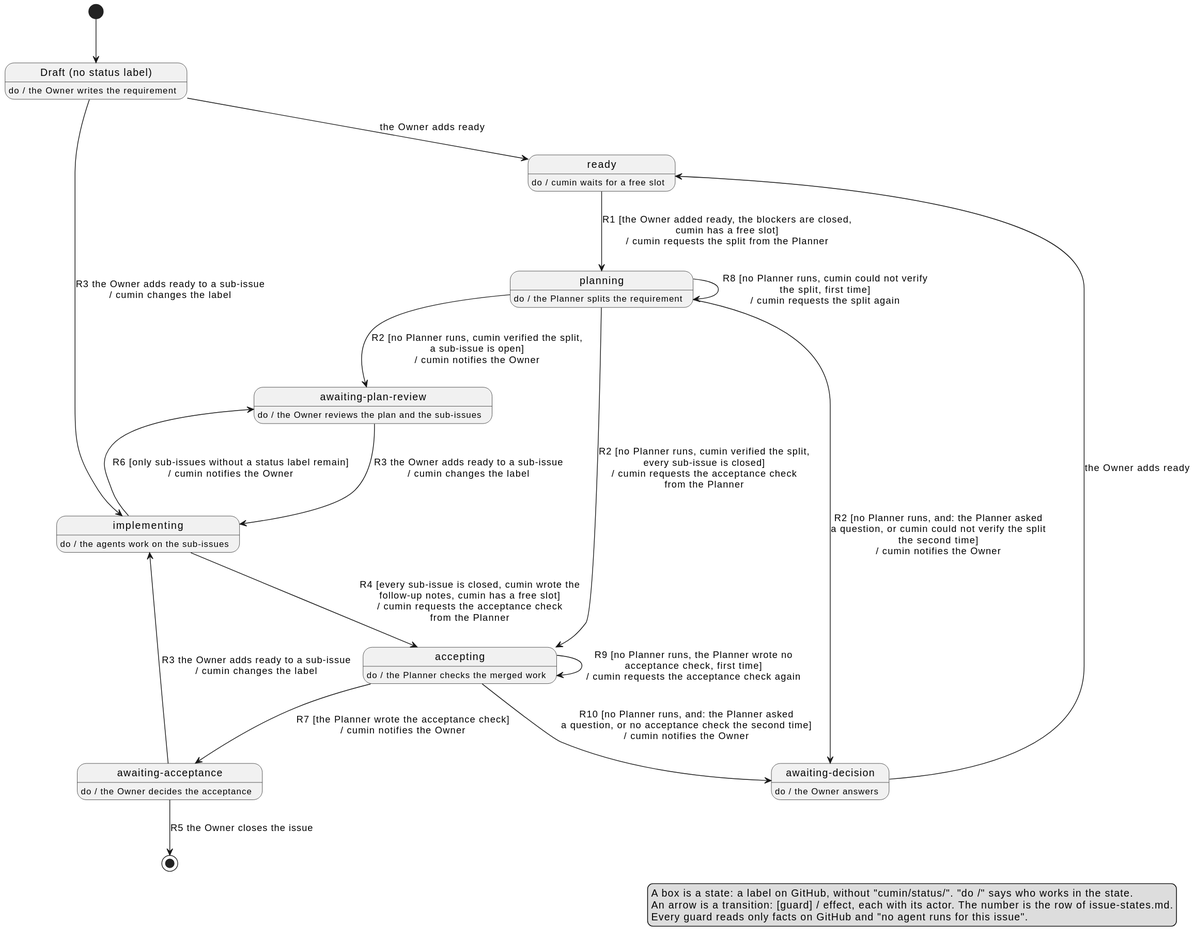
The PlantUML diagram docs/ja/requirements/workflow/requirement-issue-states.svg in cloveclovedev/cumin-works, before a commit.
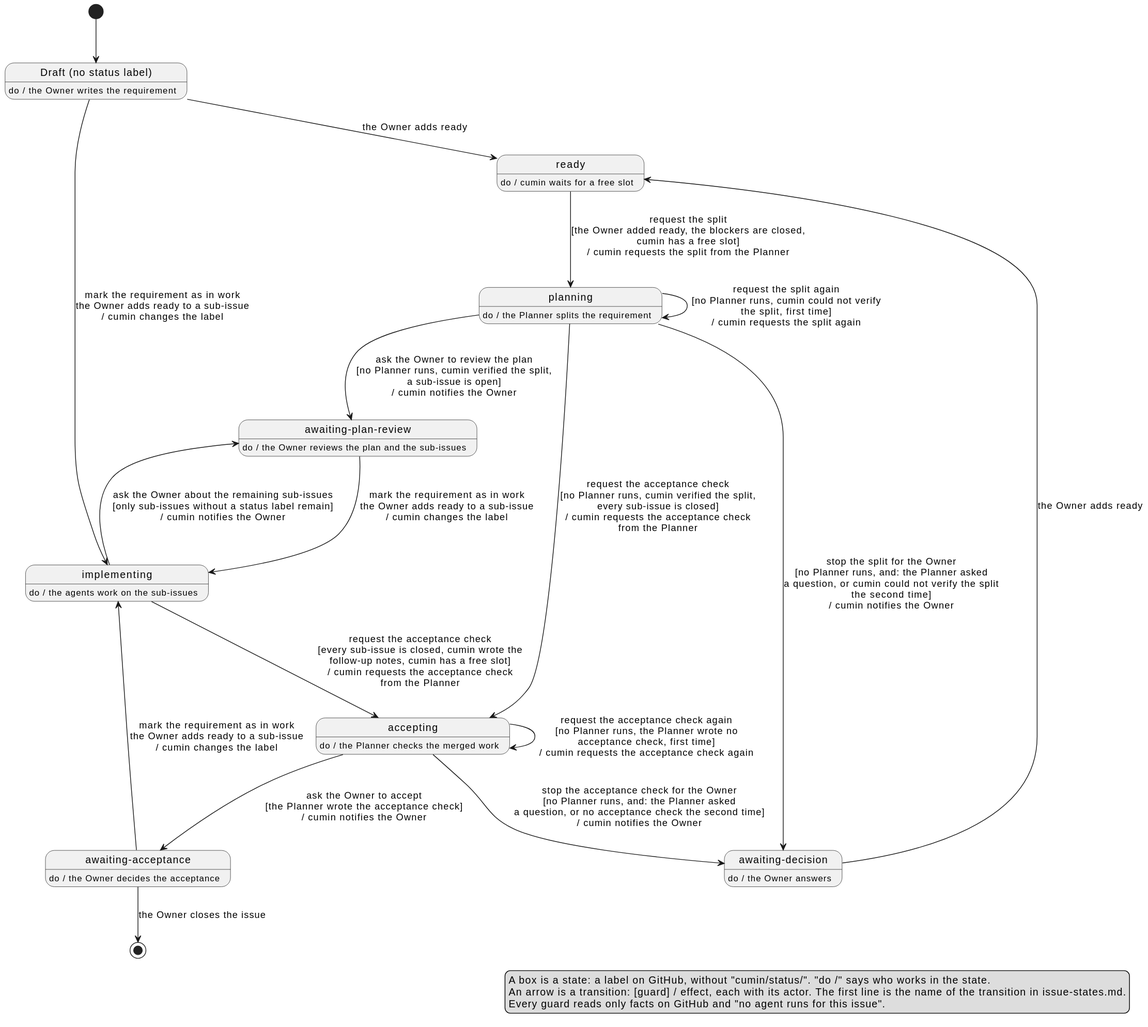
Above is the later version.

Commit message:
docs(requirements): name every transition and keep the old numbers only as a column

The edit, as a diff of the source:
```diff
@@ -28,25 +28,25 @@
 
 [*] --> Draft
 Draft --> Ready : the Owner adds ready
-Draft --> Implementing : R3 the Owner adds ready to a sub-issue\n/ cumin changes the label
-Ready --> Planning : R1 [the Owner added ready, the blockers are closed,\ncumin has a free slot]\n/ cumin requests the split from the Planner
-Planning --> PlanReview : R2 [no Planner runs, cumin verified the split,\na sub-issue is open]\n/ cumin notifies the Owner
-Planning --> Accepting : R2 [no Planner runs, cumin verified the split,\nevery sub-issue is closed]\n/ cumin requests the acceptance check\nfrom the Planner
-Planning --> Planning : R8 [no Planner runs, cumin could not verify\nthe split, first time]\n/ cumin requests the split again
-Planning --> Decision : R2 [no Planner runs, and: the Planner asked\na question, or cumin could not verify the split\nthe second time]\n/ cumin notifies the Owner
-PlanReview --> Implementing : R3 the Owner adds ready to a sub-issue\n/ cumin changes the label
-Implementing --> Accepting : R4 [every sub-issue is closed, cumin wrote the\nfollow-up notes, cumin has a free slot]\n/ cumin requests the acceptance check\nfrom the Planner
-Implementing --> PlanReview : R6 [only sub-issues without a status label remain]\n/ cumin notifies the Owner
-Accepting --> Acceptance : R7 [the Planner wrote the acceptance check]\n/ cumin notifies the Owner
-Accepting --> Accepting : R9 [no Planner runs, the Planner wrote no\nacceptance check, first time]\n/ cumin requests the acceptance check again
-Accepting --> Decision : R10 [no Planner runs, and: the Planner asked\na question, or no acceptance check the second time]\n/ cumin notifies the Owner
-Acceptance --> Implementing : R3 the Owner adds ready to a sub-issue\n/ cumin changes the label
-Acceptance --> [*] : R5 the Owner closes the issue
+Draft --> Implementing : mark the requirement as in work\nthe Owner adds ready to a sub-issue\n/ cumin changes the label
+Ready --> Planning : request the split\n[the Owner added ready, the blockers are closed,\ncumin has a free slot]\n/ cumin requests the split from the Planner
+Planning --> PlanReview : ask the Owner to review the plan\n[no Planner runs, cumin verified the split,\na sub-issue is open]\n/ cumin notifies the Owner
+Planning --> Accepting : request the acceptance check\n[no Planner runs, cumin verified the split,\nevery sub-issue is closed]\n/ cumin requests the acceptance check\nfrom the Planner
+Planning --> Planning : request the split again\n[no Planner runs, cumin could not verify\nthe split, first time]\n/ cumin requests the split again
+Planning --> Decision : stop the split for the Owner\n[no Planner runs, and: the Planner asked\na question, or cumin could not verify the split\nthe second time]\n/ cumin notifies the Owner
+PlanReview --> Implementing : mark the requirement as in work\nthe Owner adds ready to a sub-issue\n/ cumin changes the label
+Implementing --> Accepting : request the acceptance check\n[every sub-issue is closed, cumin wrote the\nfollow-up notes, cumin has a free slot]\n/ cumin requests the acceptance check\nfrom the Planner
+Implementing --> PlanReview : ask the Owner about the remaining sub-issues\n[only sub-issues without a status label remain]\n/ cumin notifies the Owner
+Accepting --> Acceptance : ask the Owner to accept\n[the Planner wrote the acceptance check]\n/ cumin notifies the Owner
+Accepting --> Accepting : request the acceptance check again\n[no Planner runs, the Planner wrote no\nacceptance check, first time]\n/ cumin requests the acceptance check again
+Accepting --> Decision : stop the acceptance check for the Owner\n[no Planner runs, and: the Planner asked\na question, or no acceptance check the second time]\n/ cumin notifies the Owner
+Acceptance --> Implementing : mark the requirement as in work\nthe Owner adds ready to a sub-issue\n/ cumin changes the label
+Acceptance --> [*] : the Owner closes the issue
 Decision --> Ready : the Owner adds ready
 
 legend right
   A box is a state: a label on GitHub, without "cumin/status/". "do /" says who works in the state.
-  An arrow is a transition: [guard] / effect, each with its actor. The number is the row of issue-states.md.
+  An arrow is a transition: [guard] / effect, each with its actor. The first line is the name of the transition in issue-states.md.
   Every guard reads only facts on GitHub and "no agent runs for this issue".
 endlegend
 @enduml
```
